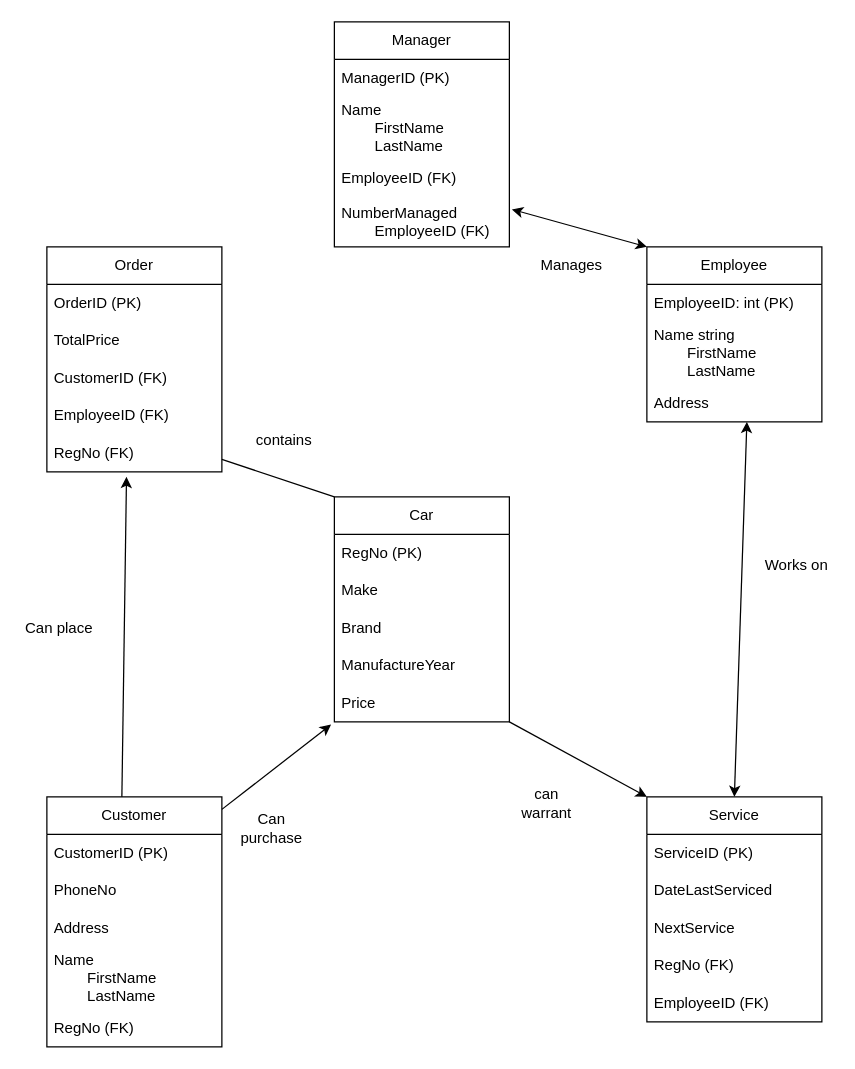
Earlier version of the draw.io diagram Car Dealership.drawio (Justolivr/DatabaseCoursework). Source tidied: cells renumbered, new cells numbered last; positions are measured from the earlier drawing's top-left corner, leaving out a move shared by most shapes. Both pictures are drawn from the tidied source at 125%, with x=0, y=0 at pixel (21, 21).
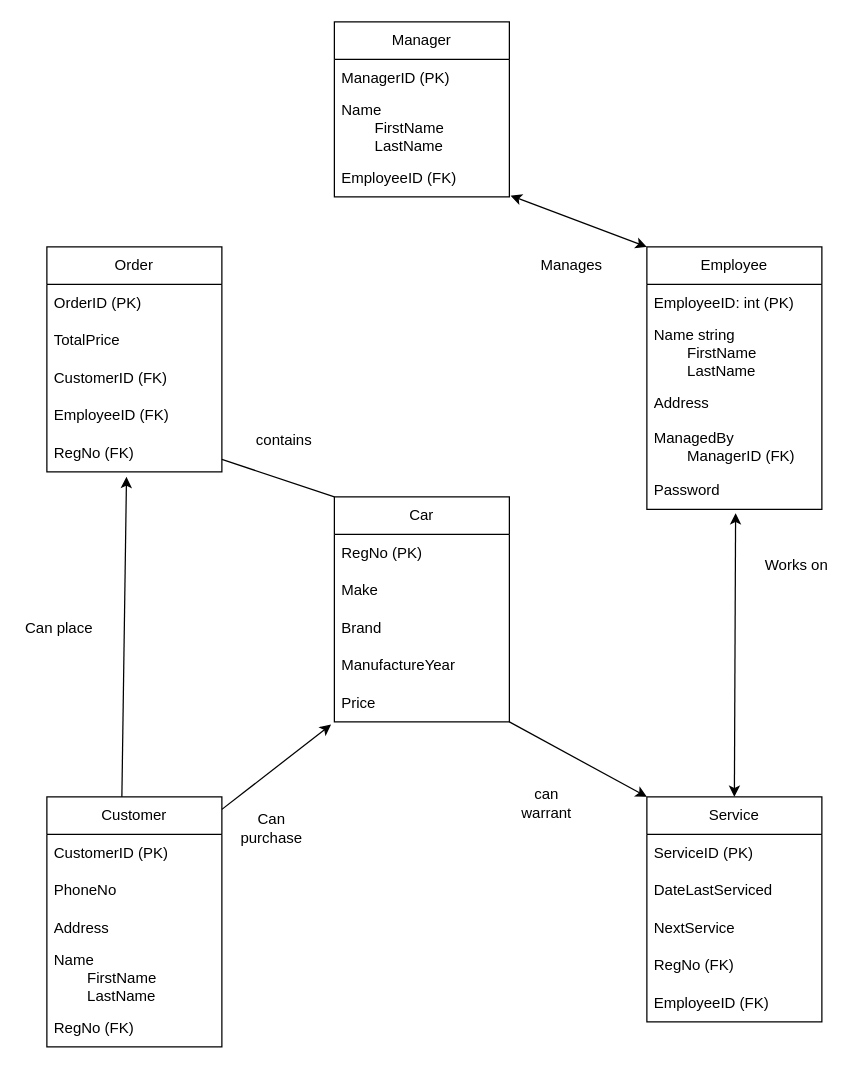
The same page after the edit.

The change refers to these unchanged cells:
```xml
<mxCell id="24" value="Service" style="swimlane;fontStyle=0;horizontal=1;startSize=30;whiteSpace=wrap;html=1;" parent="1" vertex="1">
  <mxGeometry x="500" y="620" width="140" height="180" as="geometry" />
</mxCell>
<mxCell id="33" value="&lt;div&gt;EmployeeID (FK)&lt;/div&gt;" style="text;strokeColor=none;fillColor=none;align=left;verticalAlign=middle;spacingLeft=4;spacingRight=4;overflow=hidden;points=[[0,0.5],[1,0.5]];portConstraint=eastwest;whiteSpace=wrap;html=1;" parent="30" vertex="1">
  <mxGeometry y="110" width="140" height="30" as="geometry" />
</mxCell>
```

The edit, as a diff of the source:
```diff
@@
     <mxCell id="14" value="Employee" style="swimlane;fontStyle=0;horizontal=1;startSize=30;whiteSpace=wrap;html=1;" parent="1" vertex="1">
-      <mxGeometry x="500" y="180" width="140" height="140" as="geometry" />
+      <mxGeometry x="500" y="180" width="140" height="210" as="geometry" />
     </mxCell>
@@
+    <mxCell id="47" value="&lt;div&gt;ManagedBy&lt;/div&gt;&lt;div&gt;&lt;span style=&quot;white-space: pre;&quot;&gt;&#9;&lt;/span&gt;ManagerID (FK)&lt;br&gt;&lt;/div&gt;" style="text;strokeColor=none;fillColor=none;align=left;verticalAlign=middle;spacingLeft=4;spacingRight=4;overflow=hidden;whiteSpace=wrap;html=1;" parent="14" vertex="1">
+      <mxGeometry y="140" width="140" height="40" as="geometry" />
+    </mxCell>
+    <mxCell id="48" value="Password" style="text;strokeColor=none;fillColor=none;align=left;verticalAlign=middle;spacingLeft=4;spacingRight=4;overflow=hidden;points=[[0,0.5],[1,0.5]];portConstraint=eastwest;whiteSpace=wrap;html=1;" parent="14" vertex="1">
+      <mxGeometry y="180" width="140" height="30" as="geometry" />
+    </mxCell>
@@
     <mxCell id="30" value="Manager" style="swimlane;fontStyle=0;horizontal=1;startSize=30;whiteSpace=wrap;html=1;" parent="1" vertex="1">
-      <mxGeometry x="250" width="140" height="180" as="geometry" />
+      <mxGeometry x="250" width="140" height="140" as="geometry" />
     </mxCell>
@@
-    <mxCell id="34" value="&lt;div&gt;NumberManaged&lt;span style=&quot;white-space: pre;&quot;&gt;&#9;&lt;/span&gt;&lt;/div&gt;&lt;div&gt;&lt;span style=&quot;white-space: pre;&quot;&gt;&#9;&lt;/span&gt;EmployeeID (FK)&lt;br&gt;&lt;/div&gt;" style="text;strokeColor=none;fillColor=none;align=left;verticalAlign=middle;spacingLeft=4;spacingRight=4;overflow=hidden;whiteSpace=wrap;html=1;" parent="30" vertex="1">
-      <mxGeometry y="140" width="140" height="40" as="geometry" />
-    </mxCell>
-    <mxCell id="35" style="endArrow=classic;startArrow=classic;html=1;rounded=0;entryX=0;entryY=0;entryDx=0;entryDy=0;" parent="1" edge="1" target="14">
-      <mxGeometry relative="1" as="geometry">
-        <mxPoint x="392" y="150" as="sourcePoint" />
-      </mxGeometry>
+    <mxCell id="35" style="endArrow=classic;startArrow=classic;html=1;rounded=0;entryX=0;entryY=0;entryDx=0;entryDy=0;exitX=1.007;exitY=0.967;exitDx=0;exitDy=0;exitPerimeter=0;" parent="1" edge="1" source="33" target="14">
+      <mxGeometry relative="1" as="geometry" />
     </mxCell>
@@
-    <mxCell id="40" style="endArrow=classic;startArrow=classic;html=1;rounded=0;exitX=0.5;exitY=0;exitDx=0;exitDy=0;" parent="1" edge="1" source="24">
-      <mxGeometry relative="1" as="geometry">
-        <mxPoint x="580" y="320" as="targetPoint" />
-      </mxGeometry>
+    <mxCell id="40" style="endArrow=classic;startArrow=classic;html=1;rounded=0;exitX=0.5;exitY=0;exitDx=0;exitDy=0;entryX=0.507;entryY=1.1;entryDx=0;entryDy=0;entryPerimeter=0;" parent="1" edge="1" source="24" target="48">
+      <mxGeometry relative="1" as="geometry" />
     </mxCell>
```
